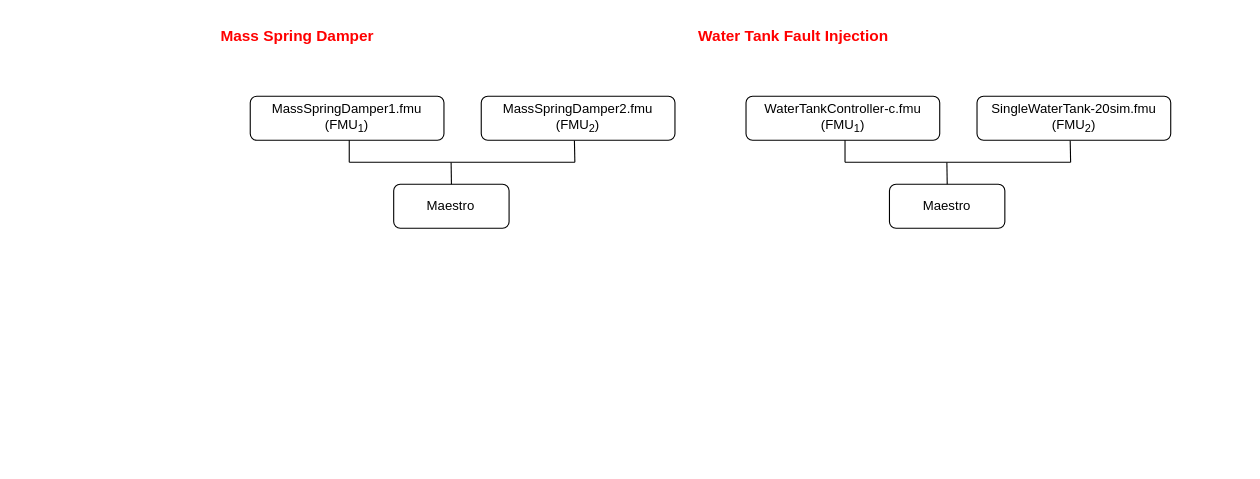
Above: docs/user/examples/examples.drawio in INTO-CPS-Association/DTaaS (draw.io), before the change. Source tidied: cells renumbered, new cells numbered last; positions are measured from the earlier drawing's top-left corner, leaving out a move shared by most shapes. Both pictures are drawn from the tidied source at 110%, with x=0, y=0 at pixel (194, 19).
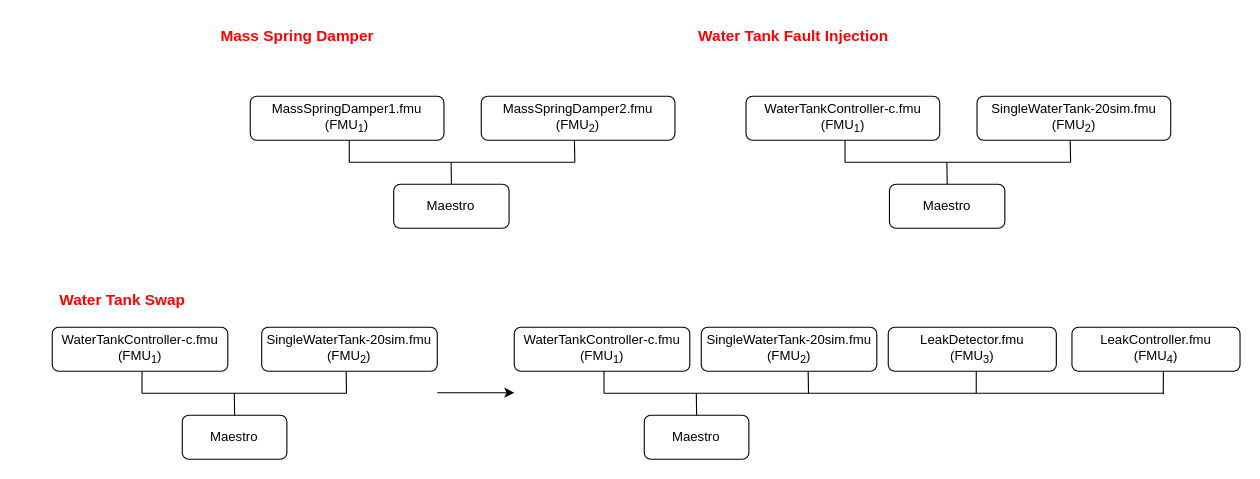
Above is the later version.

Commit message (it also covers changes not shown here):
Water tank swap final draft

Diff of the diagram source:
```diff
@@
+    <mxCell id="20" value="&lt;font color=&quot;#ff0000&quot;&gt;&lt;span style=&quot;font-size: 14px;&quot;&gt;&lt;b&gt;Water Tank Swap&lt;/b&gt;&lt;/span&gt;&lt;/font&gt;" style="text;html=1;strokeColor=none;fillColor=none;align=center;verticalAlign=middle;whiteSpace=wrap;rounded=0;" parent="1" vertex="1">
+      <mxGeometry x="-159" y="240" width="187.8" height="30" as="geometry" />
+    </mxCell>
+    <mxCell id="21" style="group;" parent="1" vertex="1">
+      <mxGeometry x="-129" y="280" width="350" height="120" as="geometry" />
+    </mxCell>
+    <mxCell id="22" value="Maestro" style="rounded=1;whiteSpace=wrap;html=1;" parent="21" vertex="1">
+      <mxGeometry x="118.2" y="80" width="95.1" height="40" as="geometry" />
+    </mxCell>
+    <mxCell id="23" value="WaterTankController-c.fmu&lt;br&gt;(FMU&lt;sub&gt;1&lt;/sub&gt;)" style="rounded=1;whiteSpace=wrap;html=1;" parent="21" vertex="1">
+      <mxGeometry width="159.6" height="40" as="geometry" />
+    </mxCell>
+    <mxCell id="24" style="endArrow=none;html=1;rounded=0;" parent="21" edge="1">
+      <mxGeometry relative="1" as="geometry">
+        <mxPoint x="81.6" y="60" as="sourcePoint" />
+        <mxPoint x="267.5" y="60" as="targetPoint" />
+      </mxGeometry>
+    </mxCell>
+    <mxCell id="25" style="endArrow=none;html=1;rounded=0;" parent="21" edge="1">
+      <mxGeometry relative="1" as="geometry">
+        <mxPoint x="81.6" y="40" as="sourcePoint" />
+        <mxPoint x="81.6" y="60" as="targetPoint" />
+        <Array as="points">
+          <mxPoint x="81.6" y="40" />
+        </Array>
+      </mxGeometry>
+    </mxCell>
+    <mxCell id="26" style="endArrow=none;html=1;rounded=0;exitX=0.375;exitY=1.057;exitDx=0;exitDy=0;exitPerimeter=0;" parent="21" edge="1">
+      <mxGeometry relative="1" as="geometry">
+        <mxPoint x="165.5" y="60.3" as="sourcePoint" />
+        <mxPoint x="165.8" y="80" as="targetPoint" />
+      </mxGeometry>
+    </mxCell>
+    <mxCell id="27" style="endArrow=none;html=1;rounded=0;exitX=0.375;exitY=1.057;exitDx=0;exitDy=0;exitPerimeter=0;" parent="21" edge="1">
+      <mxGeometry relative="1" as="geometry">
+        <mxPoint x="267.2" y="40.3" as="sourcePoint" />
+        <mxPoint x="267.5" y="60" as="targetPoint" />
+      </mxGeometry>
+    </mxCell>
+    <mxCell id="28" value="SingleWaterTank-20sim.fmu&lt;br&gt;(FMU&lt;sub&gt;2&lt;/sub&gt;)" style="rounded=1;whiteSpace=wrap;html=1;" parent="21" vertex="1">
+      <mxGeometry x="190.4" width="159.6" height="40" as="geometry" />
+    </mxCell>
+    <mxCell id="29" style="endArrow=classic;html=1;rounded=0;" parent="1" edge="1">
+      <mxGeometry relative="1" as="geometry">
+        <mxPoint x="221" y="339.5" as="sourcePoint" />
+        <mxPoint x="291" y="339.5" as="targetPoint" />
+      </mxGeometry>
+    </mxCell>
+    <mxCell id="30" style="group;" parent="1" vertex="1">
+      <mxGeometry x="291" y="280" width="350" height="120" as="geometry" />
+    </mxCell>
+    <mxCell id="31" value="Maestro" style="rounded=1;whiteSpace=wrap;html=1;" parent="30" vertex="1">
+      <mxGeometry x="118.2" y="80" width="95.1" height="40" as="geometry" />
+    </mxCell>
+    <mxCell id="32" value="WaterTankController-c.fmu&lt;br&gt;(FMU&lt;sub&gt;1&lt;/sub&gt;)" style="rounded=1;whiteSpace=wrap;html=1;" parent="30" vertex="1">
+      <mxGeometry width="159.6" height="40" as="geometry" />
+    </mxCell>
+    <mxCell id="33" style="endArrow=none;html=1;rounded=0;" parent="30" edge="1">
+      <mxGeometry relative="1" as="geometry">
+        <mxPoint x="81.6" y="60" as="sourcePoint" />
+        <mxPoint x="590" y="60" as="targetPoint" />
+      </mxGeometry>
+    </mxCell>
+    <mxCell id="34" style="endArrow=none;html=1;rounded=0;" parent="30" edge="1">
+      <mxGeometry relative="1" as="geometry">
+        <mxPoint x="81.6" y="40" as="sourcePoint" />
+        <mxPoint x="81.6" y="60" as="targetPoint" />
+        <Array as="points">
+          <mxPoint x="81.6" y="40" />
+        </Array>
+      </mxGeometry>
+    </mxCell>
+    <mxCell id="35" style="endArrow=none;html=1;rounded=0;exitX=0.375;exitY=1.057;exitDx=0;exitDy=0;exitPerimeter=0;" parent="30" edge="1">
+      <mxGeometry relative="1" as="geometry">
+        <mxPoint x="165.5" y="60.3" as="sourcePoint" />
+        <mxPoint x="165.8" y="80" as="targetPoint" />
+      </mxGeometry>
+    </mxCell>
+    <mxCell id="36" style="endArrow=none;html=1;rounded=0;exitX=0.375;exitY=1.057;exitDx=0;exitDy=0;exitPerimeter=0;" parent="30" edge="1">
+      <mxGeometry relative="1" as="geometry">
+        <mxPoint x="267.2" y="40.3" as="sourcePoint" />
+        <mxPoint x="267.5" y="60" as="targetPoint" />
+      </mxGeometry>
+    </mxCell>
+    <mxCell id="37" value="SingleWaterTank-20sim.fmu&lt;br&gt;(FMU&lt;sub&gt;2&lt;/sub&gt;)" style="rounded=1;whiteSpace=wrap;html=1;" parent="30" vertex="1">
+      <mxGeometry x="170" width="159.6" height="40" as="geometry" />
+    </mxCell>
+    <mxCell id="38" value="LeakDetector.fmu&lt;br&gt;(FMU&lt;sub&gt;3&lt;/sub&gt;)" style="rounded=1;whiteSpace=wrap;html=1;" parent="1" vertex="1">
+      <mxGeometry x="631" y="280" width="152.8" height="40" as="geometry" />
+    </mxCell>
+    <mxCell id="39" value="LeakController.fmu&lt;br&gt;(FMU&lt;sub&gt;4&lt;/sub&gt;)" style="rounded=1;whiteSpace=wrap;html=1;" parent="1" vertex="1">
+      <mxGeometry x="798" y="280" width="152.8" height="40" as="geometry" />
+    </mxCell>
+    <mxCell id="40" style="endArrow=none;html=1;rounded=0;" parent="1" edge="1">
+      <mxGeometry relative="1" as="geometry">
+        <mxPoint x="711" y="340" as="sourcePoint" />
+        <mxPoint x="711" y="320" as="targetPoint" />
+        <Array as="points">
+          <mxPoint x="711" y="340" />
+        </Array>
+      </mxGeometry>
+    </mxCell>
+    <mxCell id="41" style="endArrow=none;html=1;rounded=0;entryX=0.544;entryY=0.981;entryDx=0;entryDy=0;entryPerimeter=0;" parent="1" edge="1">
+      <mxGeometry relative="1" as="geometry">
+        <mxPoint x="881" y="341" as="sourcePoint" />
+        <mxPoint x="881.1" y="320" as="targetPoint" />
+        <Array as="points">
+          <mxPoint x="881" y="340.8" />
+        </Array>
+      </mxGeometry>
+    </mxCell>
```
